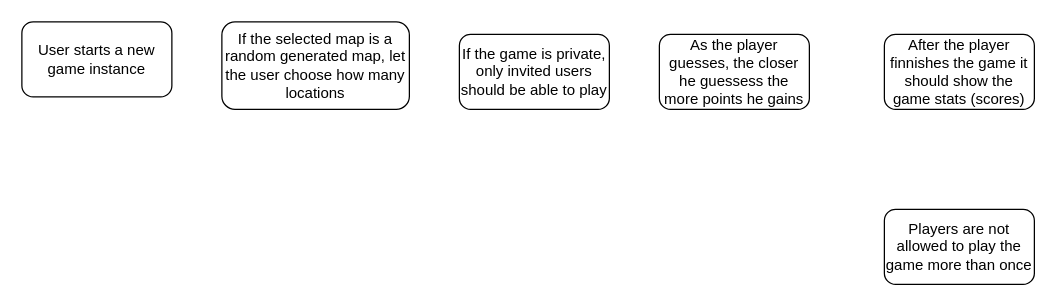
Earlier version of the draw.io diagram architecture/workflow.drawio (jphjsoares/whereami). Source tidied: cells renumbered, new cells numbered last; positions are measured from the earlier drawing's top-left corner, leaving out a move shared by most shapes. Both pictures are drawn from the tidied source at 125%, with x=0, y=0 at pixel (21, 21).
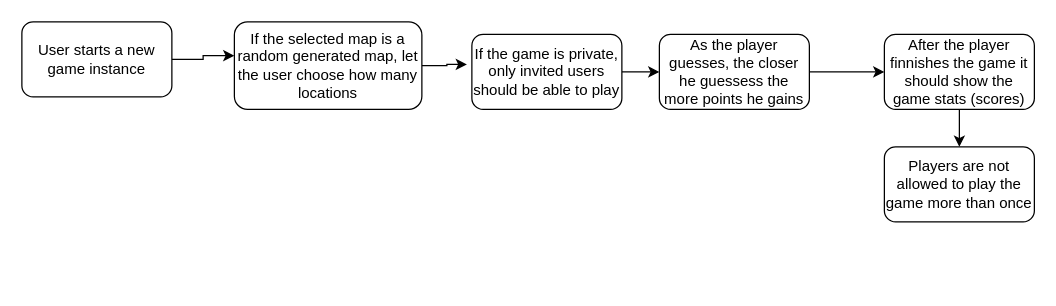
After the change.

The edit, as a diff of the source:
```diff
@@
 <mxGraphModel>
   <root>
     <mxCell id="0" />
     <mxCell id="1" parent="0" />
+    <mxCell id="8" style="edgeStyle=orthogonalEdgeStyle;rounded=0;jettySize=auto;html=1;entryX=0;entryY=0.386;entryDx=0;entryDy=0;entryPerimeter=0;" parent="1" edge="1" source="2" target="3">
+      <mxGeometry relative="1" as="geometry" />
+    </mxCell>
     <mxCell id="2" value="User starts a new game instance" style="rounded=1;whiteSpace=wrap;html=1;" parent="1" vertex="1">
       <mxGeometry width="120" height="60" as="geometry" />
     </mxCell>
+    <mxCell id="9" style="edgeStyle=orthogonalEdgeStyle;rounded=0;jettySize=auto;html=1;entryX=-0.033;entryY=0.4;entryDx=0;entryDy=0;entryPerimeter=0;" parent="1" edge="1" source="3" target="4">
+      <mxGeometry relative="1" as="geometry" />
+    </mxCell>
     <mxCell id="3" value="If the selected map is a random generated map, let the user choose how many locations&lt;br&gt;" style="rounded=1;whiteSpace=wrap;html=1;" parent="1" vertex="1">
-      <mxGeometry x="160" width="150" height="70" as="geometry" />
+      <mxGeometry x="170" width="150" height="70" as="geometry" />
     </mxCell>
+    <mxCell id="10" style="edgeStyle=orthogonalEdgeStyle;rounded=0;jettySize=auto;html=1;" parent="1" edge="1" source="4" target="5">
+      <mxGeometry relative="1" as="geometry" />
+    </mxCell>
     <mxCell id="4" value="If the game is private, only invited users should be able to play" style="rounded=1;whiteSpace=wrap;html=1;" parent="1" vertex="1">
-      <mxGeometry x="350" y="10" width="120" height="60" as="geometry" />
+      <mxGeometry x="360" y="10" width="120" height="60" as="geometry" />
     </mxCell>
+    <mxCell id="11" style="edgeStyle=orthogonalEdgeStyle;rounded=0;jettySize=auto;html=1;entryX=0;entryY=0.5;entryDx=0;entryDy=0;" parent="1" edge="1" source="5" target="6">
+      <mxGeometry relative="1" as="geometry" />
+    </mxCell>
     <mxCell id="5" value="As the player guesses, the closer he guessess the more points he gains" style="rounded=1;whiteSpace=wrap;html=1;" parent="1" vertex="1">
       <mxGeometry x="510" y="10" width="120" height="60" as="geometry" />
     </mxCell>
+    <mxCell id="12" style="edgeStyle=orthogonalEdgeStyle;rounded=0;jettySize=auto;html=1;" parent="1" edge="1" source="6" target="7">
+      <mxGeometry relative="1" as="geometry" />
+    </mxCell>
     <mxCell id="6" value="After the player finnishes the game it should show the game stats (scores)" style="rounded=1;whiteSpace=wrap;html=1;" parent="1" vertex="1">
       <mxGeometry x="690" y="10" width="120" height="60" as="geometry" />
     </mxCell>
     <mxCell id="7" value="Players are not allowed to play the game more than once" style="rounded=1;whiteSpace=wrap;html=1;" parent="1" vertex="1">
-      <mxGeometry x="690" y="150" width="120" height="60" as="geometry" />
+      <mxGeometry x="690" y="100" width="120" height="60" as="geometry" />
     </mxCell>
   </root>
 </mxGraphModel>
```
